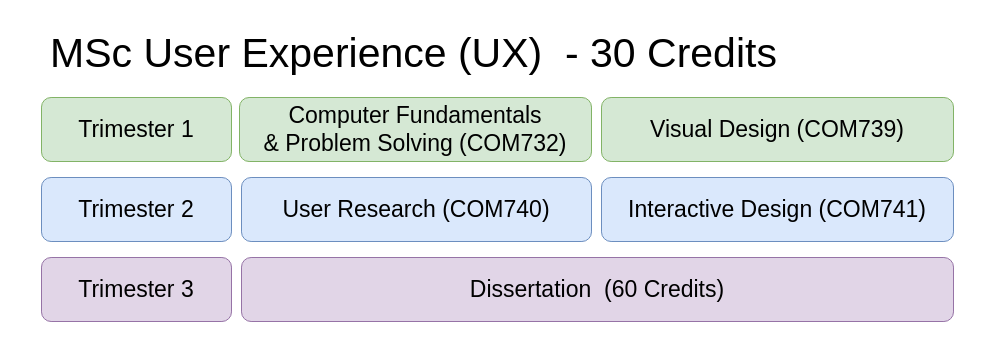
Before: old_diagrams/masters.drawio in martinsolent/solent_diagrams, a draw.io diagram. Source tidied: cells renumbered, new cells numbered last; positions are measured from the earlier drawing's top-left corner, leaving out a move shared by most shapes. Both pictures are drawn from the tidied source at 100%, with x=0, y=0 at pixel (41, 17).
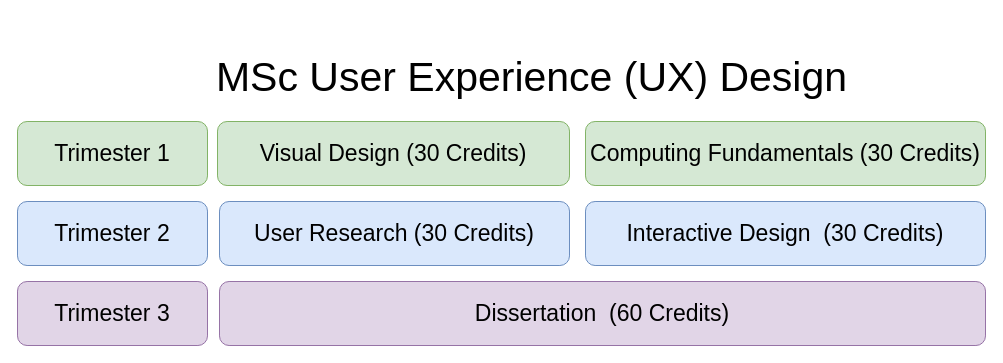
The same diagram, later.

Change to the diagram source:
```diff
@@
 <mxGraphModel>
   <root>
     <mxCell id="0" />
     <mxCell id="1" parent="0" />
-    <mxCell id="2" value="User Research (COM740)" style="rounded=1;whiteSpace=wrap;html=1;fillColor=#dae8fc;strokeColor=#6c8ebf;fontSize=23;" parent="1" vertex="1">
-      <mxGeometry x="200" y="160" width="350" height="64" as="geometry" />
+    <mxCell id="2" value="User Research (30 Credits)" style="rounded=1;whiteSpace=wrap;html=1;fillColor=#dae8fc;strokeColor=#6c8ebf;fontSize=23;" parent="1" vertex="1">
+      <mxGeometry x="178" y="184" width="350" height="64" as="geometry" />
     </mxCell>
-    <mxCell id="3" value="&lt;span style=&quot;color: rgb(0, 0, 0);&quot;&gt;Interactive Design&amp;nbsp;&lt;/span&gt;(COM741)" style="rounded=1;whiteSpace=wrap;html=1;fillColor=#dae8fc;strokeColor=#6c8ebf;fontSize=23;" parent="1" vertex="1">
-      <mxGeometry x="560" y="160" width="352" height="64" as="geometry" />
+    <mxCell id="3" value="Interactive Design&amp;nbsp;&amp;nbsp;(30 Credits)" style="rounded=1;whiteSpace=wrap;html=1;fillColor=#dae8fc;strokeColor=#6c8ebf;fontSize=23;" parent="1" vertex="1">
+      <mxGeometry x="544" y="184" width="400" height="64" as="geometry" />
     </mxCell>
-    <mxCell id="4" value="&lt;span style=&quot;color: rgb(0, 0, 0);&quot;&gt;Visual Design&lt;/span&gt;&amp;nbsp;(COM739)" style="rounded=1;whiteSpace=wrap;html=1;fillColor=#d5e8d4;strokeColor=#82b366;fontSize=23;" parent="1" vertex="1">
-      <mxGeometry x="560" y="80" width="352" height="64" as="geometry" />
-    </mxCell>
+    <mxCell id="11" value="Visual Design (30 Credits)" style="rounded=1;whiteSpace=wrap;html=1;fillColor=#d5e8d4;strokeColor=#82b366;fontSize=23;" parent="1" vertex="1">
+      <mxGeometry x="176" y="104" width="352" height="64" as="geometry" />
+    </mxCell>
     <mxCell id="5" value="Dissertation&amp;nbsp; (60 Credits)" style="rounded=1;whiteSpace=wrap;html=1;fillColor=#e1d5e7;strokeColor=#9673a6;fontSize=23;" parent="1" vertex="1">
-      <mxGeometry x="200" y="240" width="712" height="64" as="geometry" />
+      <mxGeometry x="178" y="264" width="766" height="64" as="geometry" />
     </mxCell>
     <mxCell id="6" value="Trimester 2" style="rounded=1;whiteSpace=wrap;html=1;fillColor=#dae8fc;strokeColor=#6c8ebf;fontSize=23;" parent="1" vertex="1">
-      <mxGeometry y="160" width="190" height="64" as="geometry" />
+      <mxGeometry x="-24" y="184" width="190" height="64" as="geometry" />
     </mxCell>
     <mxCell id="7" value="Trimester 1" style="rounded=1;whiteSpace=wrap;html=1;fillColor=#d5e8d4;strokeColor=#82b366;fontSize=23;" parent="1" vertex="1">
-      <mxGeometry y="80" width="190" height="64" as="geometry" />
+      <mxGeometry x="-24" y="104" width="190" height="64" as="geometry" />
     </mxCell>
     <mxCell id="8" value="Trimester 3" style="rounded=1;whiteSpace=wrap;html=1;fillColor=#e1d5e7;strokeColor=#9673a6;fontSize=23;" parent="1" vertex="1">
-      <mxGeometry y="240" width="190" height="64" as="geometry" />
+      <mxGeometry x="-24" y="264" width="190" height="64" as="geometry" />
     </mxCell>
-    <mxCell id="9" value="&lt;font style=&quot;font-size: 41px;&quot;&gt;MSc User Experience (UX)&amp;nbsp; - 30 Credits&lt;/font&gt;" style="text;html=1;align=center;verticalAlign=middle;strokeColor=none;fillColor=none;" parent="1" vertex="1">
-      <mxGeometry width="744" height="72" as="geometry" />
+    <mxCell id="9" value="&lt;font style=&quot;font-size: 41px;&quot;&gt;MSc User Experience (UX) Design&lt;/font&gt;" style="text;html=1;align=center;verticalAlign=middle;strokeColor=none;fillColor=none;" parent="1" vertex="1">
+      <mxGeometry x="166" y="24" width="648" height="72" as="geometry" />
     </mxCell>
-    <mxCell id="10" value="&lt;font style=&quot;font-size: 23px; color: rgb(0, 0, 0);&quot;&gt;Computer Fundamentals &lt;br&gt;&amp;amp; Problem Solving (COM732)&lt;/font&gt;" style="rounded=1;whiteSpace=wrap;html=1;fillColor=#d5e8d4;strokeColor=#82b366;fontSize=23;" parent="1" vertex="1">
-      <mxGeometry x="198" y="80" width="352" height="64" as="geometry" />
-    </mxCell>
+    <mxCell id="12" value="Computing Fundamentals (30 Credits)" style="rounded=1;whiteSpace=wrap;html=1;fillColor=#d5e8d4;strokeColor=#82b366;fontSize=23;" parent="1" vertex="1">
+      <mxGeometry x="544" y="104" width="400" height="64" as="geometry" />
+    </mxCell>
   </root>
 </mxGraphModel>
```
